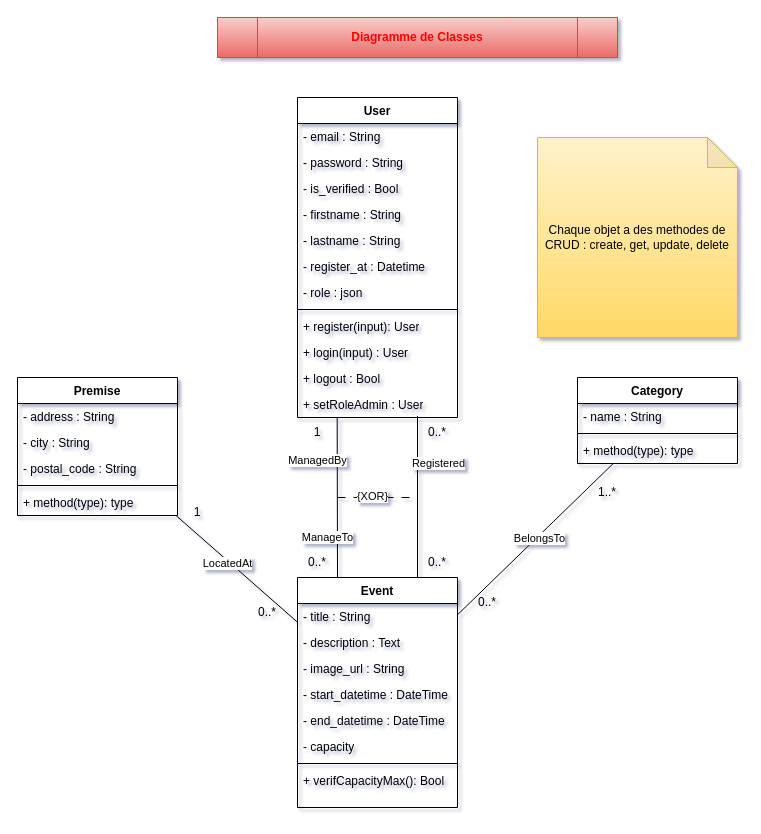
The draw.io diagram UML/Classe_Projet_Fil_Rouge.drawio in Mzk-Ali/M2I_Projet_Fil_Rouge_Conception, before the edit. Source tidied: cells renumbered, new cells numbered last; positions are measured from the earlier drawing's top-left corner, leaving out a move shared by most shapes. Both pictures are drawn from the tidied source at 100%, with x=0, y=0 at pixel (17, 17).
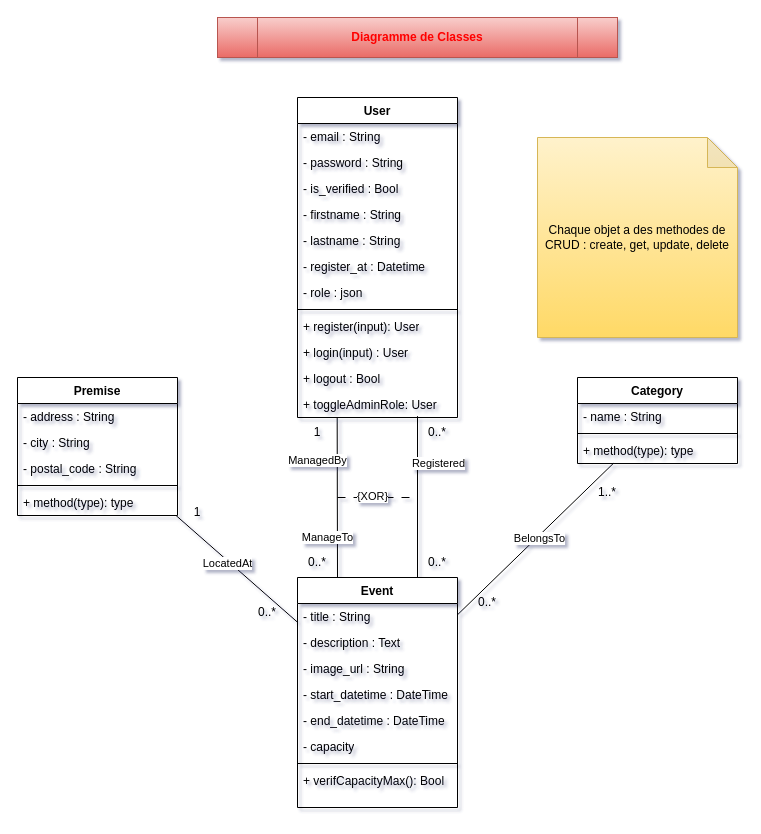
Above is the later version.

Commit message:
Mettre à jour Classe_Projet_Fil_Rouge.drawio

Unchanged cells that the change refers to:
```xml
<mxCell id="6" value="User" style="swimlane;fontStyle=1;align=center;verticalAlign=top;horizontal=1;startSize=26;whiteSpace=wrap;html=1;" parent="1" vertex="1">
  <mxGeometry x="280" y="80" width="160" height="320" as="geometry" />
</mxCell>
```

Change to the diagram source:
```diff
@@
-    <mxCell id="18" value="+ setRoleAdmin : User" style="text;strokeColor=none;fillColor=none;align=left;verticalAlign=top;spacingLeft=4;spacingRight=4;overflow=hidden;points=[[0,0.5],[1,0.5]];portConstraint=eastwest;whiteSpace=wrap;html=1;" parent="6" vertex="1">
+    <mxCell id="18" value="+ toggleAdminRole: User" style="text;strokeColor=none;fillColor=none;align=left;verticalAlign=top;spacingLeft=4;spacingRight=4;overflow=hidden;points=[[0,0.5],[1,0.5]];portConstraint=eastwest;whiteSpace=wrap;html=1;" parent="6" vertex="1">
       <mxGeometry y="294" width="160" height="26" as="geometry" />
     </mxCell>
```
